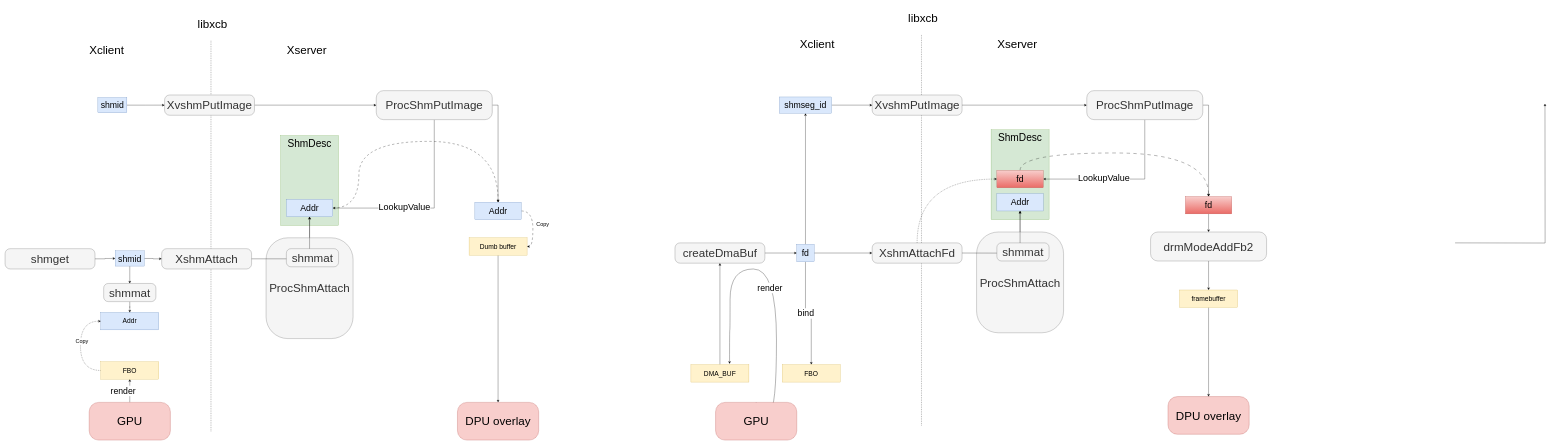
Earlier version of the draw.io diagram Xv Shm 流程.drawio (loweasy/-vx-). Source tidied: cells renumbered, new cells numbered last; positions are measured from the earlier drawing's top-left corner, leaving out a move shared by most shapes. Both pictures are drawn from the tidied source at 29%, with x=0, y=0 at pixel (5, 5).
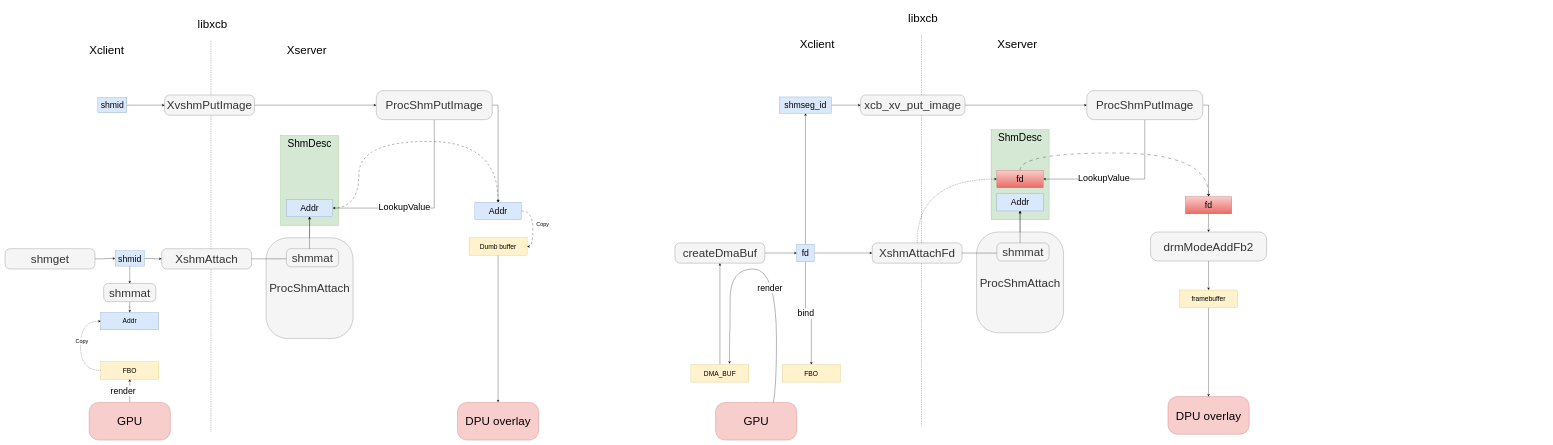
The same diagram, later.

Unchanged cells that the change refers to:
```xml
<mxCell id="44" style="group;" parent="1" vertex="1">
  <mxGeometry x="2230" width="2120" height="1500" as="geometry" />
</mxCell>
```

What changed in the source:
```diff
@@
-    <mxCell id="49" value="XvshmPutImage" style="rounded=1;whiteSpace=wrap;html=1;arcSize=25;fillColor=#f5f5f5;fontColor=#333333;strokeColor=#666666;fontSize=40;" parent="44" vertex="1">
-      <mxGeometry x="760" y="310" width="310" height="70" as="geometry" />
+    <mxCell id="49" value="xcb_xv_put_image" style="rounded=1;whiteSpace=wrap;html=1;arcSize=25;fillColor=#f5f5f5;fontColor=#333333;strokeColor=#666666;fontSize=40;" parent="44" vertex="1">
+      <mxGeometry x="720" y="310" width="360" height="70" as="geometry" />
     </mxCell>
@@
-    <mxCell id="89" style="edgeStyle=orthogonalEdgeStyle;rounded=0;orthogonalLoop=1;jettySize=auto;html=1;entryX=0;entryY=0.5;entryDx=0;entryDy=0;exitX=0.5;exitY=0;exitDx=0;exitDy=0;" parent="44" edge="1">
-      <mxGeometry relative="1" as="geometry">
-        <mxPoint x="2770" y="820" as="sourcePoint" />
-        <mxPoint x="3080" y="340" as="targetPoint" />
-      </mxGeometry>
-    </mxCell>
```
